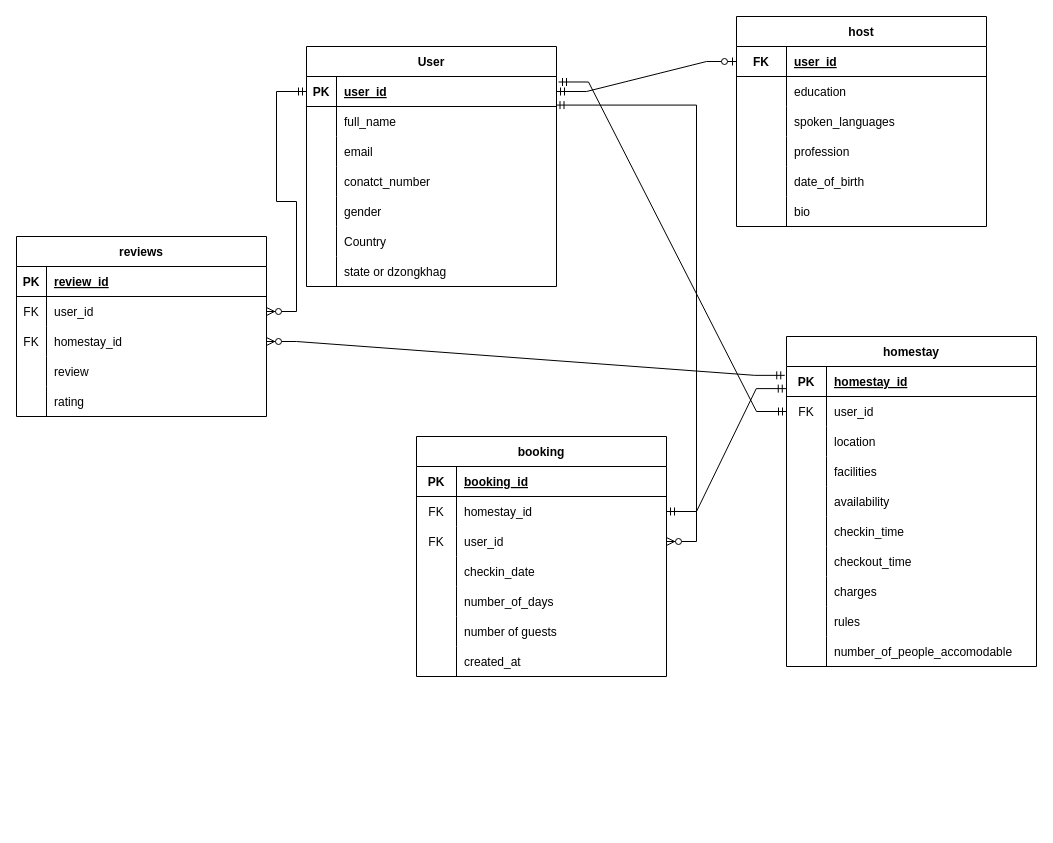
Above: database/ERD.drawio in tenze21/homestay-booking-app- (draw.io), before the change. Source tidied: cells renumbered, new cells numbered last; positions are measured from the earlier drawing's top-left corner, leaving out a move shared by most shapes. Both pictures are drawn from the tidied source at 100%, with x=0, y=0 at pixel (16, 16).
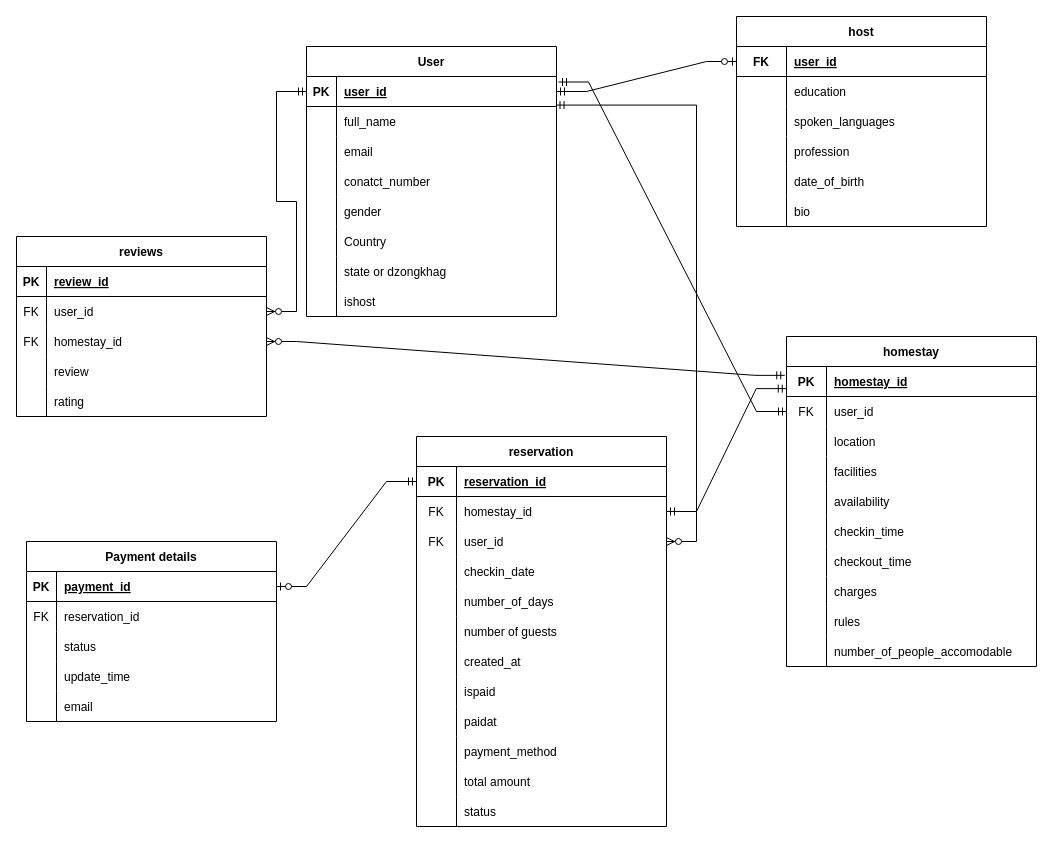
After the change.

The change refers to these unchanged cells:
```xml
<mxCell id="75" style="shape=partialRectangle;fillColor=none;points=[[0,0.5],[1,0.5]];portConstraint=eastwest;top=0;left=0;right=0;bottom=1;" parent="74" vertex="1">
  <mxGeometry y="30" width="250" height="30" as="geometry" />
</mxCell>
```

The edit, as a diff of the source:
```diff
@@
     <mxCell id="2" value="User" style="shape=table;startSize=30;childLayout=tableLayout;rowLines=0;fontStyle=1;align=center;" parent="1" vertex="1">
-      <mxGeometry x="290" y="30" width="250" height="240" as="geometry" />
+      <mxGeometry x="290" y="30" width="250" height="270" as="geometry" />
     </mxCell>
@@
+    <mxCell id="118" style="shape=partialRectangle;fillColor=none;top=0;left=0;right=0;bottom=0;" parent="2" vertex="1">
+      <mxGeometry y="240" width="250" height="30" as="geometry" />
+    </mxCell>
+    <mxCell id="119" style="shape=partialRectangle;overflow=hidden;fillColor=none;top=0;left=0;bottom=0;right=0;" parent="118" vertex="1">
+      <mxGeometry width="30" height="30" as="geometry" />
+    </mxCell>
+    <mxCell id="120" value="ishost" style="shape=partialRectangle;overflow=hidden;fillColor=none;top=0;left=0;bottom=0;right=0;align=left;spacingLeft=6;" parent="118" vertex="1">
+      <mxGeometry x="30" width="220" height="30" as="geometry" />
+    </mxCell>
@@
-    <mxCell id="74" value="booking" style="shape=table;startSize=30;childLayout=tableLayout;rowLines=0;fontStyle=1;align=center;" parent="1" vertex="1">
-      <mxGeometry x="400" y="420" width="250" height="240" as="geometry" />
+    <mxCell id="74" value="reservation" style="shape=table;startSize=30;childLayout=tableLayout;rowLines=0;fontStyle=1;align=center;" parent="1" vertex="1">
+      <mxGeometry x="400" y="420" width="250" height="390" as="geometry" />
     </mxCell>
@@
-    <mxCell id="77" value="booking_id" style="shape=partialRectangle;overflow=hidden;fillColor=none;top=0;left=0;bottom=0;right=0;align=left;spacingLeft=6;fontStyle=5;" parent="75" vertex="1">
+    <mxCell id="77" value="reservation_id" style="shape=partialRectangle;overflow=hidden;fillColor=none;top=0;left=0;bottom=0;right=0;align=left;spacingLeft=6;fontStyle=5;" parent="75" vertex="1">
       <mxGeometry x="40" width="210" height="30" as="geometry" />
     </mxCell>
@@
+    <mxCell id="121" style="shape=partialRectangle;fillColor=none;top=0;left=0;right=0;bottom=0;" parent="74" vertex="1">
+      <mxGeometry y="240" width="250" height="30" as="geometry" />
+    </mxCell>
+    <mxCell id="122" style="shape=partialRectangle;overflow=hidden;fillColor=none;top=0;left=0;bottom=0;right=0;" parent="121" vertex="1">
+      <mxGeometry width="40" height="30" as="geometry" />
+    </mxCell>
+    <mxCell id="123" value="ispaid" style="shape=partialRectangle;overflow=hidden;fillColor=none;top=0;left=0;bottom=0;right=0;align=left;spacingLeft=6;" parent="121" vertex="1">
+      <mxGeometry x="40" width="210" height="30" as="geometry" />
+    </mxCell>
+    <mxCell id="124" style="shape=partialRectangle;fillColor=none;top=0;left=0;right=0;bottom=0;" parent="74" vertex="1">
+      <mxGeometry y="270" width="250" height="30" as="geometry" />
+    </mxCell>
+    <mxCell id="125" style="shape=partialRectangle;overflow=hidden;fillColor=none;top=0;left=0;bottom=0;right=0;" parent="124" vertex="1">
+      <mxGeometry width="40" height="30" as="geometry" />
+    </mxCell>
+    <mxCell id="126" value="paidat" style="shape=partialRectangle;overflow=hidden;fillColor=none;top=0;left=0;bottom=0;right=0;align=left;spacingLeft=6;" parent="124" vertex="1">
+      <mxGeometry x="40" width="210" height="30" as="geometry" />
+    </mxCell>
+    <mxCell id="127" style="shape=partialRectangle;fillColor=none;top=0;left=0;right=0;bottom=0;" parent="74" vertex="1">
+      <mxGeometry y="300" width="250" height="30" as="geometry" />
+    </mxCell>
+    <mxCell id="128" style="shape=partialRectangle;overflow=hidden;fillColor=none;top=0;left=0;bottom=0;right=0;" parent="127" vertex="1">
+      <mxGeometry width="40" height="30" as="geometry" />
+    </mxCell>
+    <mxCell id="129" value="payment_method" style="shape=partialRectangle;overflow=hidden;fillColor=none;top=0;left=0;bottom=0;right=0;align=left;spacingLeft=6;" parent="127" vertex="1">
+      <mxGeometry x="40" width="210" height="30" as="geometry" />
+    </mxCell>
+    <mxCell id="130" style="shape=partialRectangle;fillColor=none;top=0;left=0;right=0;bottom=0;" parent="74" vertex="1">
+      <mxGeometry y="330" width="250" height="30" as="geometry" />
+    </mxCell>
+    <mxCell id="131" style="shape=partialRectangle;overflow=hidden;fillColor=none;top=0;left=0;bottom=0;right=0;" parent="130" vertex="1">
+      <mxGeometry width="40" height="30" as="geometry" />
+    </mxCell>
+    <mxCell id="132" value="total amount" style="shape=partialRectangle;overflow=hidden;fillColor=none;top=0;left=0;bottom=0;right=0;align=left;spacingLeft=6;" parent="130" vertex="1">
+      <mxGeometry x="40" width="210" height="30" as="geometry" />
+    </mxCell>
+    <mxCell id="133" style="shape=partialRectangle;fillColor=none;top=0;left=0;right=0;bottom=0;" parent="74" vertex="1">
+      <mxGeometry y="360" width="250" height="30" as="geometry" />
+    </mxCell>
+    <mxCell id="134" style="shape=partialRectangle;overflow=hidden;fillColor=none;top=0;left=0;bottom=0;right=0;" parent="133" vertex="1">
+      <mxGeometry width="40" height="30" as="geometry" />
+    </mxCell>
+    <mxCell id="135" value="status" style="shape=partialRectangle;overflow=hidden;fillColor=none;top=0;left=0;bottom=0;right=0;align=left;spacingLeft=6;" parent="133" vertex="1">
+      <mxGeometry x="40" width="210" height="30" as="geometry" />
+    </mxCell>
@@
+    <mxCell id="136" value="Payment details" style="shape=table;startSize=30;childLayout=tableLayout;rowLines=0;fontStyle=1;align=center;" parent="1" vertex="1">
+      <mxGeometry x="10" y="525" width="250" height="180" as="geometry" />
+    </mxCell>
+    <mxCell id="137" style="shape=partialRectangle;fillColor=none;points=[[0,0.5],[1,0.5]];portConstraint=eastwest;top=0;left=0;right=0;bottom=1;" parent="136" vertex="1">
+      <mxGeometry y="30" width="250" height="30" as="geometry" />
+    </mxCell>
+    <mxCell id="138" value="PK" style="shape=partialRectangle;overflow=hidden;fillColor=none;top=0;left=0;bottom=0;right=0;fontStyle=1;" parent="137" vertex="1">
+      <mxGeometry width="30" height="30" as="geometry" />
+    </mxCell>
+    <mxCell id="139" value="payment_id" style="shape=partialRectangle;overflow=hidden;fillColor=none;top=0;left=0;bottom=0;right=0;align=left;spacingLeft=6;fontStyle=5;" parent="137" vertex="1">
+      <mxGeometry x="30" width="220" height="30" as="geometry" />
+    </mxCell>
+    <mxCell id="140" style="shape=partialRectangle;fillColor=none;top=0;left=0;right=0;bottom=0;" parent="136" vertex="1">
+      <mxGeometry y="60" width="250" height="30" as="geometry" />
+    </mxCell>
+    <mxCell id="141" value="FK" style="shape=partialRectangle;overflow=hidden;fillColor=none;top=0;left=0;bottom=0;right=0;" parent="140" vertex="1">
+      <mxGeometry width="30" height="30" as="geometry" />
+    </mxCell>
+    <mxCell id="142" value="reservation_id" style="shape=partialRectangle;overflow=hidden;fillColor=none;top=0;left=0;bottom=0;right=0;align=left;spacingLeft=6;" parent="140" vertex="1">
+      <mxGeometry x="30" width="220" height="30" as="geometry" />
+    </mxCell>
+    <mxCell id="143" style="shape=partialRectangle;fillColor=none;top=0;left=0;right=0;bottom=0;" parent="136" vertex="1">
+      <mxGeometry y="90" width="250" height="30" as="geometry" />
+    </mxCell>
+    <mxCell id="144" style="shape=partialRectangle;overflow=hidden;fillColor=none;top=0;left=0;bottom=0;right=0;" parent="143" vertex="1">
+      <mxGeometry width="30" height="30" as="geometry" />
+    </mxCell>
+    <mxCell id="145" value="status" style="shape=partialRectangle;overflow=hidden;fillColor=none;top=0;left=0;bottom=0;right=0;align=left;spacingLeft=6;" parent="143" vertex="1">
+      <mxGeometry x="30" width="220" height="30" as="geometry" />
+    </mxCell>
+    <mxCell id="146" style="shape=partialRectangle;fillColor=none;top=0;left=0;right=0;bottom=0;" parent="136" vertex="1">
+      <mxGeometry y="120" width="250" height="30" as="geometry" />
+    </mxCell>
+    <mxCell id="147" style="shape=partialRectangle;overflow=hidden;fillColor=none;top=0;left=0;bottom=0;right=0;" parent="146" vertex="1">
+      <mxGeometry width="30" height="30" as="geometry" />
+    </mxCell>
+    <mxCell id="148" value="update_time" style="shape=partialRectangle;overflow=hidden;fillColor=none;top=0;left=0;bottom=0;right=0;align=left;spacingLeft=6;" parent="146" vertex="1">
+      <mxGeometry x="30" width="220" height="30" as="geometry" />
+    </mxCell>
+    <mxCell id="149" style="shape=partialRectangle;fillColor=none;top=0;left=0;right=0;bottom=0;" parent="136" vertex="1">
+      <mxGeometry y="150" width="250" height="30" as="geometry" />
+    </mxCell>
+    <mxCell id="150" style="shape=partialRectangle;overflow=hidden;fillColor=none;top=0;left=0;bottom=0;right=0;" parent="149" vertex="1">
+      <mxGeometry width="30" height="30" as="geometry" />
+    </mxCell>
+    <mxCell id="151" value="email" style="shape=partialRectangle;overflow=hidden;fillColor=none;top=0;left=0;bottom=0;right=0;align=left;spacingLeft=6;" parent="149" vertex="1">
+      <mxGeometry x="30" width="220" height="30" as="geometry" />
+    </mxCell>
+    <mxCell id="152" style="edgeStyle=entityRelationEdgeStyle;fontSize=12;html=1;endArrow=ERzeroToOne;startArrow=ERmandOne;rounded=0;entryX=1;entryY=0.5;entryDx=0;entryDy=0;exitX=0;exitY=0.5;exitDx=0;exitDy=0;" parent="1" edge="1" source="75" target="137">
+      <mxGeometry relative="1" as="geometry" />
+    </mxCell>
```
